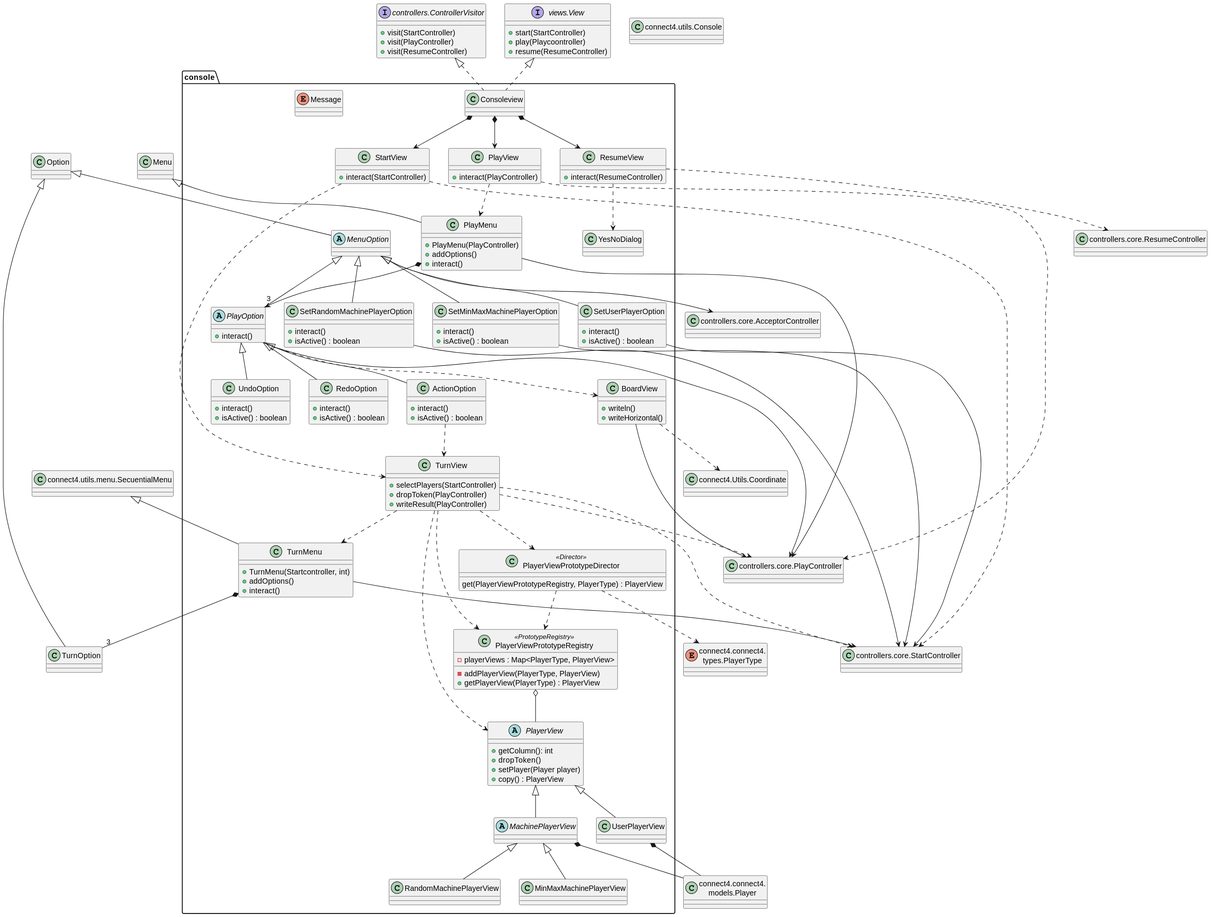
js-rom/connect4 keeps this PlantUML diagram as out/connect4/Docs/diagrams/src/packages/connect4.connect4.views.console/connect4.connect4.console.console.svg. Above is the earlier version.
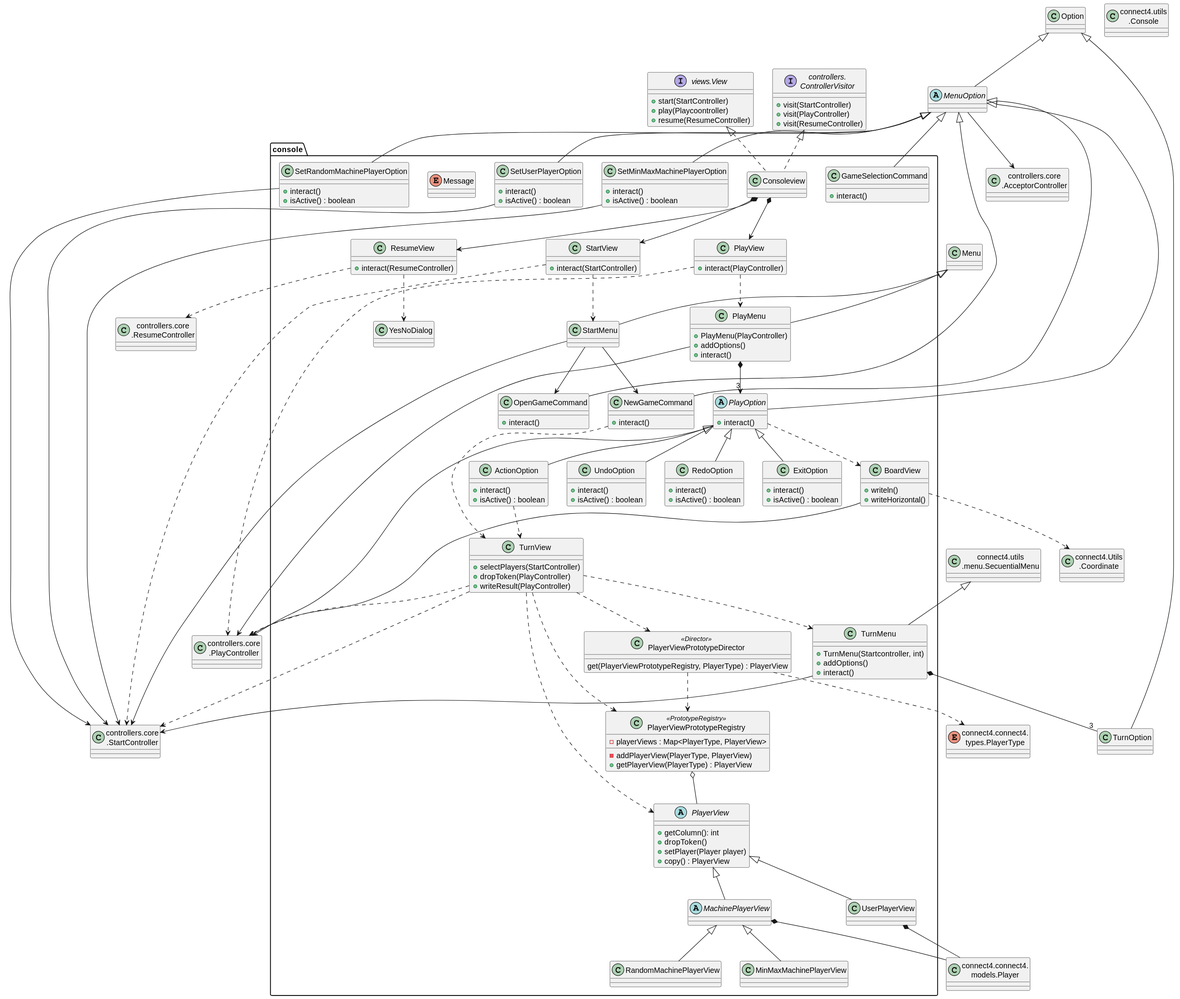
Later version of the same file.

Commit message:
docs: add docs for feat exit game (views)

The edit, as a diff of the source:
```diff
@@ -69,10 +69,10 @@
     -addPlayerView(PlayerType, PlayerView)
     +getPlayerView(PlayerType) : PlayerView
 }
-class StartController as "controllers.core.StartController"
-class PlayController as "controllers.core.PlayController"
-class ResumeController as "controllers.core.ResumeController"
-class AcceptorController as "controllers.core.AcceptorController"
+class StartController as "controllers.core\n.StartController"
+class PlayController as "controllers.core\n.PlayController"
+class ResumeController as "controllers.core\n.ResumeController"
+class AcceptorController as "controllers.core\n.AcceptorController"
 
 interface View as "views.View"{
     +start(StartController)
@@ -80,7 +80,7 @@
     +resume(ResumeController)
 }
 
-interface ControllerVisitor as "controllers.ControllerVisitor" {
+interface ControllerVisitor as "controllers.\nControllerVisitor" {
     +visit(StartController)
     +visit(PlayController)
     +visit(ResumeController)
@@ -110,8 +110,38 @@
     +isActive() : boolean
 }
 
-abstract class console.MenuOption {
+class console.ExitOption {
+    +interact()
+    +isActive() : boolean
 }
+
+abstract class MenuOption {
+}
+
+class console.StartMenu {
+}
+
+class console.NewGameCommand {
+    +interact()
+}
+
+class console.OpenGameCommand {
+    +interact()
+}
+
+class console.GameSelectionCommand {
+    +interact()
+}
+
+
+Menu <|-- StartMenu
+StartMenu --> NewGameCommand
+StartMenu --> OpenGameCommand
+StartMenu --> StartController
+NewGameCommand ..> TurnView
+MenuOption <|-- NewGameCommand
+MenuOption <|-- OpenGameCommand
+MenuOption <|-- GameSelectionCommand
 
 Option <|-- MenuOption
 MenuOption <|-- PlayOption
@@ -127,12 +157,13 @@
 PlayView ..> PlayController
 ResumeView ..> ResumeController
 
-StartView ..> TurnView
+StartView ..> StartMenu
 
 Menu <|-- PlayMenu
 PlayOption --> PlayController
 PlayOption ..> BoardView
 PlayOption <|-- ActionOption
+PlayOption <|-- ExitOption
 ActionOption ..> TurnView
 PlayOption <|-- UndoOption
 PlayOption <|-- RedoOption
@@ -166,11 +197,11 @@
 PlayerViewPrototypeDirector ..> PlayerViewPrototypeRegistry
 PlayerViewPrototypeRegistry o-- PlayerView
 
-class Option as "connect4.utils.menu.Option"
-class SecuentialMenu as "connect4.utils.menu.SecuentialMenu"
-class Menu as "connect4.utils.menu.Menu"
-class Coordinate as "connect4.Utils.Coordinate"
-class Console as "connect4.utils.Console"
+class Option as "connect4.utils\n.menu.Option"
+class SecuentialMenu as "connect4.utils\n.menu.SecuentialMenu"
+class Menu as "connect4.utils\n.menu.Menu"
+class Coordinate as "connect4.Utils\n.Coordinate"
+class Console as "connect4.utils\n.Console"
 class Player as "connect4.connect4.\nmodels.Player"
 enum PlayerType as "connect4.connect4.\ntypes.PlayerType"
 
```
